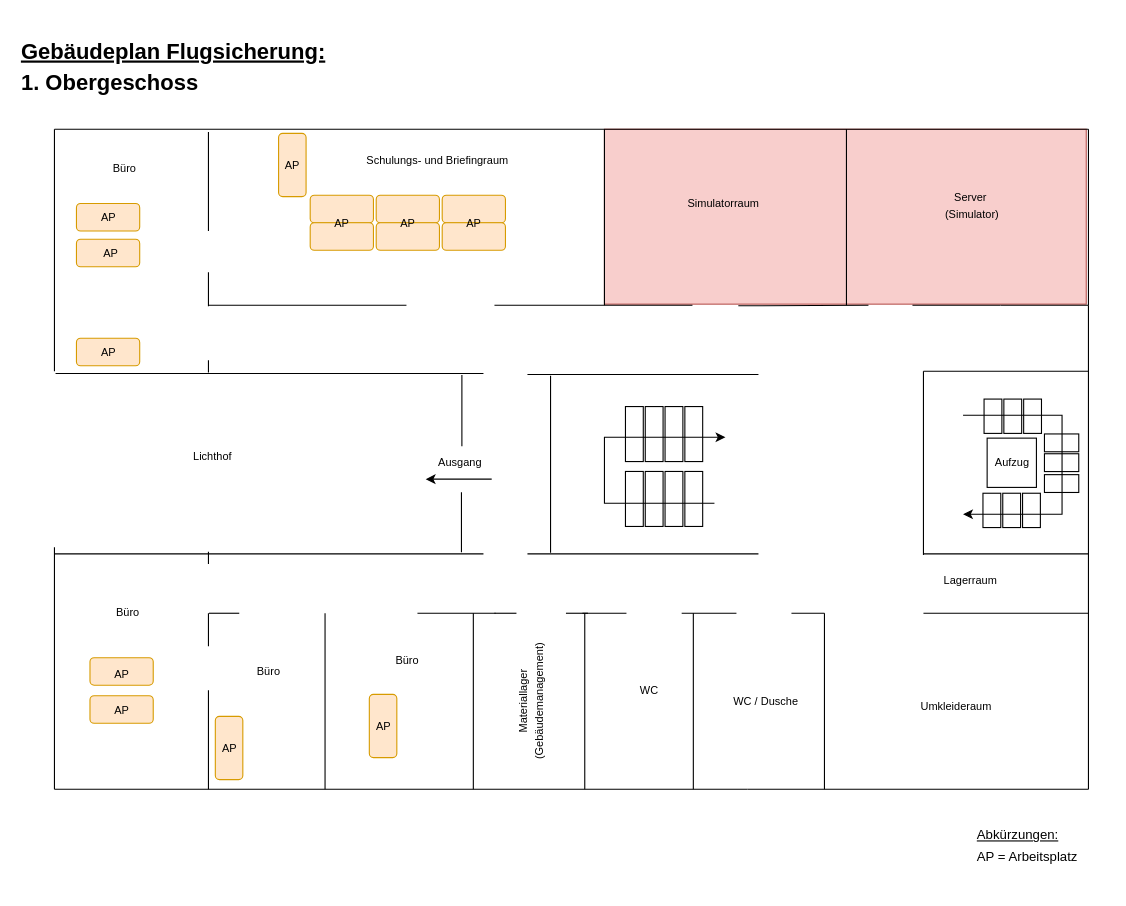
Above: Gebäudeplan_1OG.drawio in meetSeb/Computer-Network (draw.io), before the change. Source tidied: cells renumbered, new cells numbered last; positions are measured from the earlier drawing's top-left corner, leaving out a move shared by most shapes. Both pictures are drawn from the tidied source at 110%, with x=0, y=0 at pixel (19, 19).
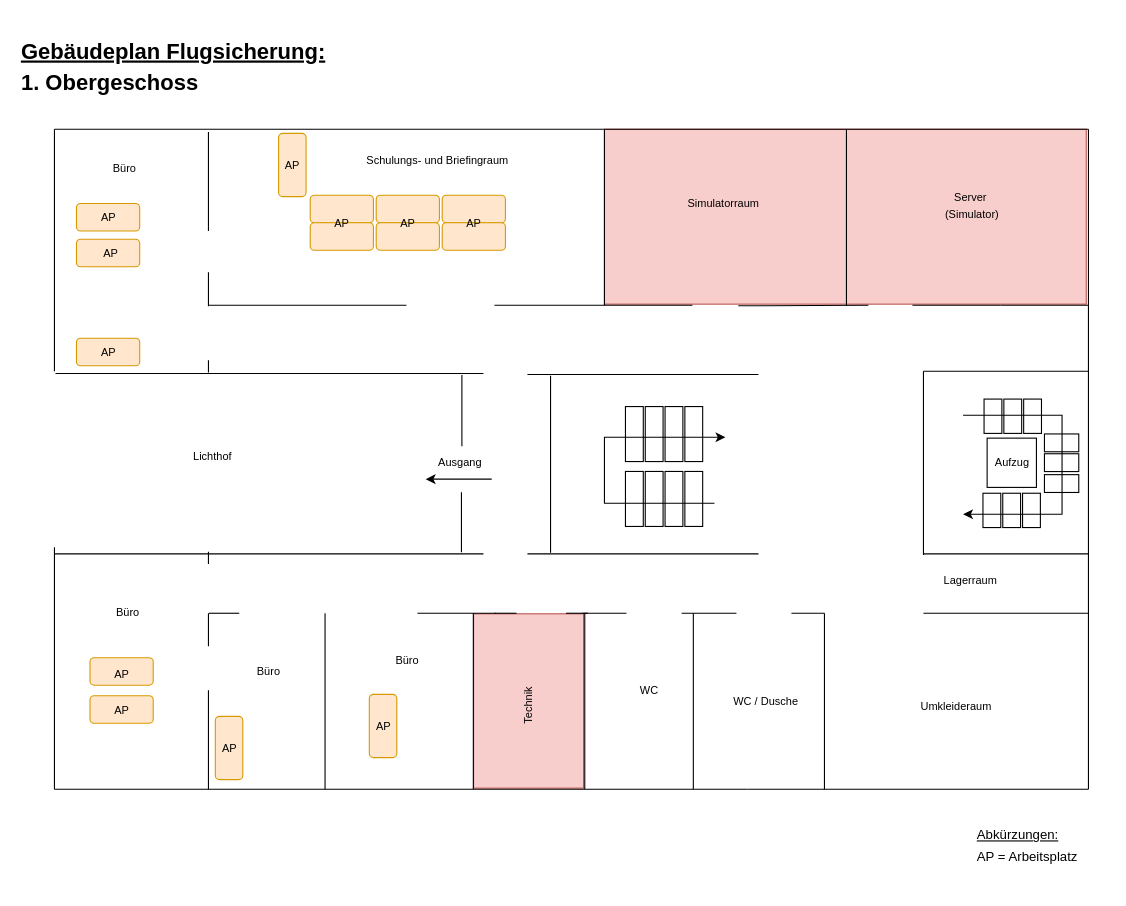
After the change.

The edit, as a diff of the source:
```diff
@@
+    <mxCell id="110" style="rounded=0;whiteSpace=wrap;html=1;fillColor=#f8cecc;strokeColor=#b85450;" parent="1" vertex="1">
+      <mxGeometry x="413" y="540.5" width="100" height="158.5" as="geometry" />
+    </mxCell>
@@
-    <mxCell id="67" value="&lt;font size=&quot;1&quot;&gt;Materiallager&lt;/font&gt;&lt;div&gt;&lt;font size=&quot;1&quot;&gt;(Gebäudemanagement)&lt;/font&gt;&lt;/div&gt;" style="text;html=1;align=center;verticalAlign=middle;whiteSpace=wrap;rounded=0;rotation=-90;" parent="1" vertex="1">
-      <mxGeometry x="367" y="572" width="196" height="96" as="geometry" />
+    <mxCell id="67" value="&lt;font size=&quot;1&quot;&gt;Technik&lt;/font&gt;" style="text;html=1;align=center;verticalAlign=middle;whiteSpace=wrap;rounded=0;rotation=-90;" parent="1" vertex="1">
+      <mxGeometry x="401.2" y="576" width="123.5" height="96" as="geometry" />
     </mxCell>
```
